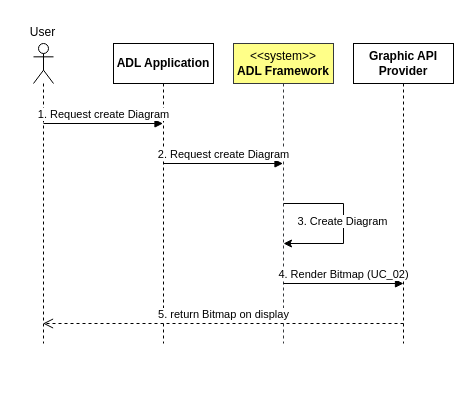
Earlier version of the draw.io diagram drawio/CreateDiagram.drawio (phunm211/SW-Associate-Architecture). Source tidied: cells renumbered, new cells numbered last; positions are measured from the earlier drawing's top-left corner, leaving out a move shared by most shapes. Both pictures are drawn from the tidied source at 100%, with x=0, y=0 at pixel (17, 17).
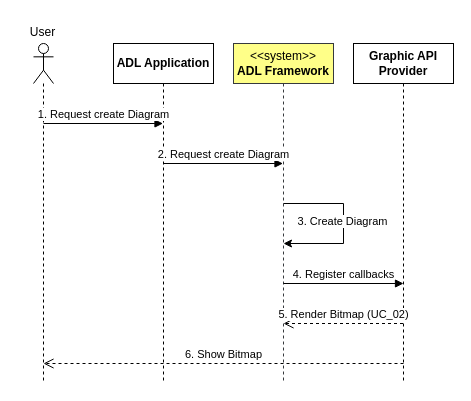
The same page after the edit.

Diff of the diagram source:
```diff
@@
 <mxGraphModel>
   <root>
     <mxCell id="0" />
     <mxCell id="1" parent="0" />
     <mxCell id="2" style="shape=umlLifeline;perimeter=lifelinePerimeter;whiteSpace=wrap;html=1;newEdgeStyle={&quot;curved&quot;:0,&quot;rounded&quot;:0};participant=umlActor;" parent="1" vertex="1">
-      <mxGeometry x="16" y="26" width="20" height="300" as="geometry" />
+      <mxGeometry x="16" y="26" width="20" height="340" as="geometry" />
     </mxCell>
     <mxCell id="3" value="ADL Application" style="shape=umlLifeline;perimeter=lifelinePerimeter;whiteSpace=wrap;html=1;outlineConnect=0;portConstraint=eastwest;newEdgeStyle={&quot;curved&quot;:0,&quot;rounded&quot;:0};fontStyle=1;" parent="1" vertex="1">
-      <mxGeometry x="96" y="26" width="100" height="300" as="geometry" />
+      <mxGeometry x="96" y="26" width="100" height="340" as="geometry" />
     </mxCell>
     <mxCell id="4" value="&amp;lt;&amp;lt;system&amp;gt;&amp;gt;&lt;br&gt;&lt;b&gt;ADL Framework&lt;/b&gt;" style="shape=umlLifeline;perimeter=lifelinePerimeter;whiteSpace=wrap;html=1;outlineConnect=0;portConstraint=eastwest;newEdgeStyle={&quot;curved&quot;:0,&quot;rounded&quot;:0};fillColor=#ffff88;strokeColor=#36393d;" parent="1" vertex="1">
-      <mxGeometry x="216" y="26" width="100" height="300" as="geometry" />
+      <mxGeometry x="216" y="26" width="100" height="340" as="geometry" />
     </mxCell>
     <mxCell id="5" value="&lt;b&gt;Graphic API Provider&lt;/b&gt;" style="shape=umlLifeline;perimeter=lifelinePerimeter;whiteSpace=wrap;html=1;outlineConnect=0;portConstraint=eastwest;newEdgeStyle={&quot;curved&quot;:0,&quot;rounded&quot;:0};" parent="1" vertex="1">
-      <mxGeometry x="336" y="26" width="100" height="300" as="geometry" />
+      <mxGeometry x="336" y="26" width="100" height="340" as="geometry" />
     </mxCell>
     <mxCell id="6" value="User" style="text;html=1;align=center;verticalAlign=middle;strokeColor=none;fillColor=none;" parent="1" vertex="1">
       <mxGeometry width="50" height="30" as="geometry" />
     </mxCell>
     <mxCell id="7" value="1. Request create Diagram" style="html=1;verticalAlign=bottom;endArrow=block;curved=0;rounded=0;" parent="1" edge="1" target="3">
       <mxGeometry relative="1" as="geometry">
         <mxPoint x="26" y="106" as="sourcePoint" />
       </mxGeometry>
     </mxCell>
     <mxCell id="8" value="2. Request create Diagram" style="html=1;verticalAlign=bottom;endArrow=block;curved=0;rounded=0;" parent="1" edge="1" target="4">
       <mxGeometry relative="1" as="geometry">
         <mxPoint x="146" y="146" as="sourcePoint" />
       </mxGeometry>
     </mxCell>
-    <mxCell id="9" value="4. Render Bitmap (UC_02)" style="html=1;verticalAlign=bottom;endArrow=block;curved=0;rounded=0;" parent="1" edge="1">
+    <mxCell id="9" value="4. Register callbacks" style="html=1;verticalAlign=bottom;endArrow=block;curved=0;rounded=0;" parent="1" edge="1">
       <mxGeometry relative="1" as="geometry">
         <mxPoint x="266" y="266" as="sourcePoint" />
         <mxPoint x="386" y="266" as="targetPoint" />
       </mxGeometry>
     </mxCell>
-    <mxCell id="10" value="5. return Bitmap on display" style="html=1;verticalAlign=bottom;endArrow=open;dashed=1;endSize=8;curved=0;rounded=0;" parent="1" edge="1">
+    <mxCell id="10" value="6. Show Bitmap" style="html=1;verticalAlign=bottom;endArrow=open;dashed=1;endSize=8;curved=0;rounded=0;" parent="1" edge="1">
       <mxGeometry relative="1" as="geometry">
-        <mxPoint x="386" y="306" as="sourcePoint" />
-        <mxPoint x="25.5" y="306" as="targetPoint" />
+        <mxPoint x="386" y="346" as="sourcePoint" />
+        <mxPoint x="26" y="346" as="targetPoint" />
       </mxGeometry>
     </mxCell>
     <mxCell id="11" style="endArrow=classic;html=1;rounded=0;edgeStyle=elbowEdgeStyle;" parent="1" edge="1">
       <mxGeometry relative="1" as="geometry">
         <mxPoint x="266" y="186" as="sourcePoint" />
         <mxPoint x="266" y="226" as="targetPoint" />
         <Array as="points">
           <mxPoint x="326" y="226" />
         </Array>
       </mxGeometry>
     </mxCell>
     <mxCell id="12" value="3. Create Diagram" style="edgeLabel;html=1;align=center;verticalAlign=middle;" parent="11" vertex="1">
       <mxGeometry x="-0.04" y="-2" relative="1" as="geometry" />
     </mxCell>
+    <mxCell id="13" value="5. Render Bitmap (UC_02)" style="html=1;verticalAlign=bottom;endArrow=open;dashed=1;endSize=8;curved=0;rounded=0;" parent="1" edge="1" source="5">
+      <mxGeometry relative="1" as="geometry">
+        <mxPoint x="266" y="306" as="targetPoint" />
+      </mxGeometry>
+    </mxCell>
   </root>
 </mxGraphModel>
```
